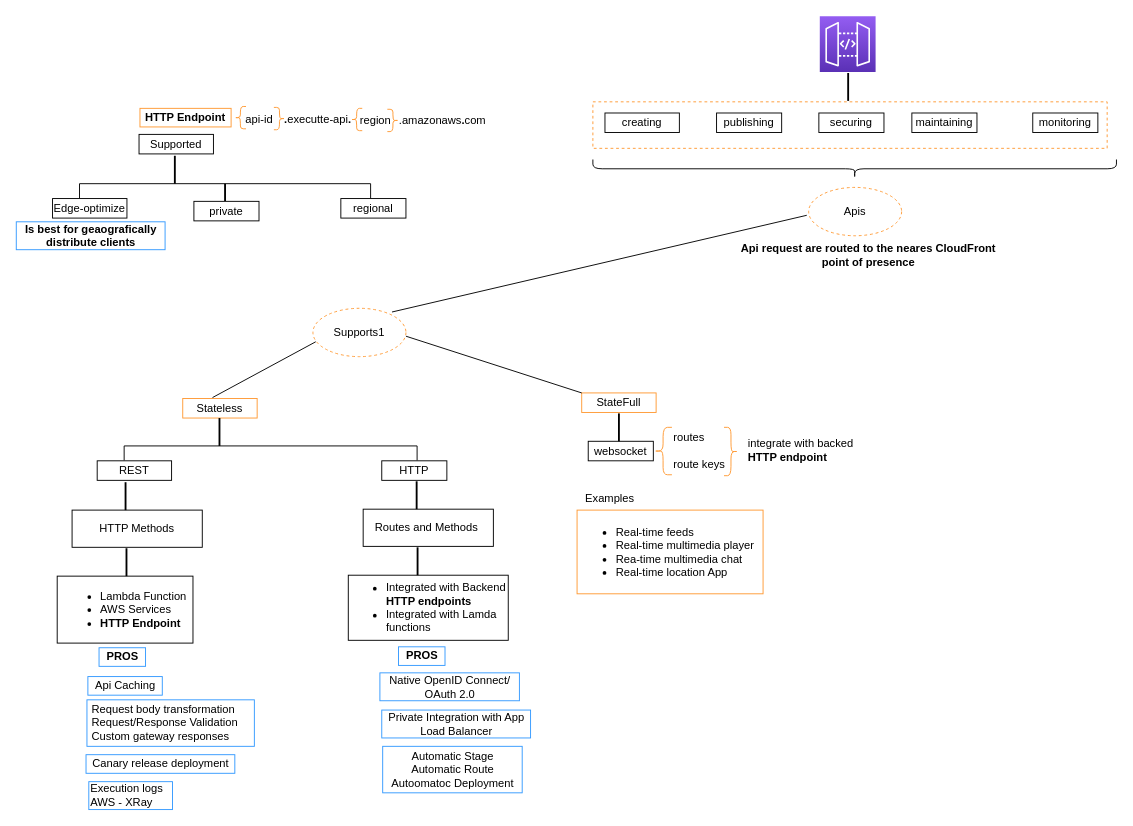
The draw.io diagram certification/apigateway/api_gateway.drawio in ldipotetjob/AWS, before the edit. Source tidied: cells renumbered, new cells numbered last; positions are measured from the earlier drawing's top-left corner, leaving out a move shared by most shapes. Both pictures are drawn from the tidied source at 93%, with x=0, y=0 at pixel (16, 16).
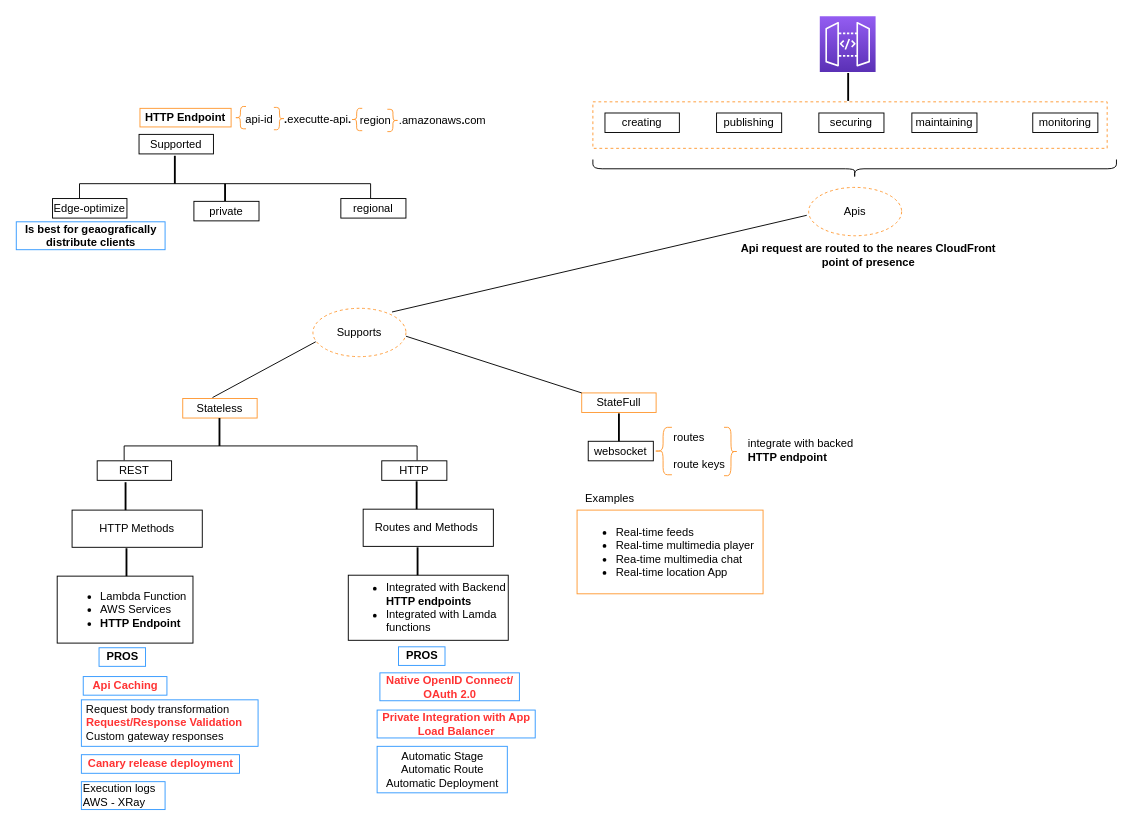
Above is the later version.

Commit message:
highlighting elements

Diff of the diagram source:
```diff
@@
-    <mxCell id="17" value="Supports1" style="ellipse;whiteSpace=wrap;html=1;dashed=1;strokeColor=#FF9933;fillColor=none;" parent="1" vertex="1">
+    <mxCell id="17" value="Supports" style="ellipse;whiteSpace=wrap;html=1;dashed=1;strokeColor=#FF9933;fillColor=none;" parent="1" vertex="1">
       <mxGeometry x="319" y="314" width="100" height="52" as="geometry" />
     </mxCell>
@@
-    <mxCell id="58" value="Api Caching" style="text;html=1;align=center;verticalAlign=middle;strokeColor=#3399FF;fillColor=none;" parent="1" vertex="1">
-      <mxGeometry x="77" y="710" width="80" height="20" as="geometry" />
+    <mxCell id="58" value="&lt;font color=&quot;#ff3333&quot;&gt;&lt;b&gt;Api Caching&lt;/b&gt;&lt;/font&gt;" style="text;html=1;align=center;verticalAlign=middle;strokeColor=#3399FF;fillColor=none;" parent="1" vertex="1">
+      <mxGeometry x="72" y="710" width="90" height="20" as="geometry" />
     </mxCell>
-    <mxCell id="59" value="&lt;span style=&quot;background-color: initial;&quot;&gt;&amp;nbsp;Request body transformation&lt;/span&gt;&lt;br&gt;&lt;span style=&quot;background-color: initial;&quot;&gt;&amp;nbsp;Request/Response Validation&lt;/span&gt;&lt;br&gt;&lt;span style=&quot;background-color: initial;&quot;&gt;&amp;nbsp;Custom gateway responses&amp;nbsp;&lt;/span&gt;" style="text;html=1;align=left;verticalAlign=middle;strokeColor=#3399FF;fillColor=none;" parent="1" vertex="1">
-      <mxGeometry x="76" y="735" width="180" height="50" as="geometry" />
+    <mxCell id="59" value="&lt;span style=&quot;background-color: initial;&quot;&gt;&amp;nbsp;Request body transformation&lt;/span&gt;&lt;br&gt;&lt;span style=&quot;background-color: initial;&quot;&gt;&amp;nbsp;&lt;font color=&quot;#ff3333&quot;&gt;&lt;b&gt;Request/Response Validation&lt;/b&gt;&lt;/font&gt;&lt;/span&gt;&lt;br&gt;&lt;span style=&quot;background-color: initial;&quot;&gt;&amp;nbsp;Custom gateway responses&amp;nbsp;&lt;/span&gt;" style="text;html=1;align=left;verticalAlign=middle;strokeColor=#3399FF;fillColor=none;" parent="1" vertex="1">
+      <mxGeometry x="70" y="735" width="190" height="50" as="geometry" />
     </mxCell>
-    <mxCell id="60" value="Canary release deployment&lt;br&gt;" style="text;html=1;align=center;verticalAlign=middle;strokeColor=#3399FF;fillColor=none;" parent="1" vertex="1">
-      <mxGeometry x="75" y="794" width="160" height="20" as="geometry" />
+    <mxCell id="60" value="&lt;font color=&quot;#ff3333&quot;&gt;&lt;b&gt;Canary release deployment&lt;/b&gt;&lt;/font&gt;" style="text;html=1;align=center;verticalAlign=middle;strokeColor=#3399FF;fillColor=none;" parent="1" vertex="1">
+      <mxGeometry x="70" y="794" width="170" height="20" as="geometry" />
     </mxCell>
     <mxCell id="61" value="Execution logs&lt;br&gt;AWS - XRay" style="text;html=1;align=left;verticalAlign=middle;strokeColor=#3399FF;fillColor=none;" parent="1" vertex="1">
-      <mxGeometry x="78" y="823" width="90" height="30" as="geometry" />
+      <mxGeometry x="70" y="823" width="90" height="30" as="geometry" />
     </mxCell>
-    <mxCell id="62" value="Native OpenID Connect/ &lt;br&gt;OAuth 2.0" style="text;html=1;align=center;verticalAlign=middle;strokeColor=#3399FF;fillColor=none;" parent="1" vertex="1">
+    <mxCell id="62" value="&lt;b&gt;&lt;font color=&quot;#ff3333&quot;&gt;Native OpenID Connect/ &lt;br&gt;OAuth 2.0&lt;/font&gt;&lt;/b&gt;" style="text;html=1;align=center;verticalAlign=middle;strokeColor=#3399FF;fillColor=none;" parent="1" vertex="1">
       <mxGeometry x="391" y="706" width="150" height="30" as="geometry" />
     </mxCell>
-    <mxCell id="63" value="Private Integration with App &lt;br&gt;Load Balancer" style="text;html=1;align=center;verticalAlign=middle;strokeColor=#3399FF;fillColor=none;" parent="1" vertex="1">
-      <mxGeometry x="393" y="746" width="160" height="30" as="geometry" />
+    <mxCell id="63" value="&lt;font color=&quot;#ff3333&quot;&gt;&lt;b&gt;Private Integration with App &lt;br&gt;Load Balancer&lt;/b&gt;&lt;/font&gt;" style="text;html=1;align=center;verticalAlign=middle;strokeColor=#3399FF;fillColor=none;" parent="1" vertex="1">
+      <mxGeometry x="388" y="746" width="170" height="30" as="geometry" />
     </mxCell>
-    <mxCell id="64" value="Automatic Stage&lt;br&gt;Automatic Route&lt;br&gt;Autoomatoc Deployment" style="text;html=1;align=center;verticalAlign=middle;strokeColor=#3399FF;fillColor=none;" parent="1" vertex="1">
-      <mxGeometry x="394" y="785" width="150" height="50" as="geometry" />
+    <mxCell id="64" value="Automatic Stage&lt;br&gt;Automatic Route&lt;br&gt;Automatic Deployment" style="text;html=1;align=center;verticalAlign=middle;strokeColor=#3399FF;fillColor=none;" parent="1" vertex="1">
+      <mxGeometry x="388" y="785" width="140" height="50" as="geometry" />
     </mxCell>
```
